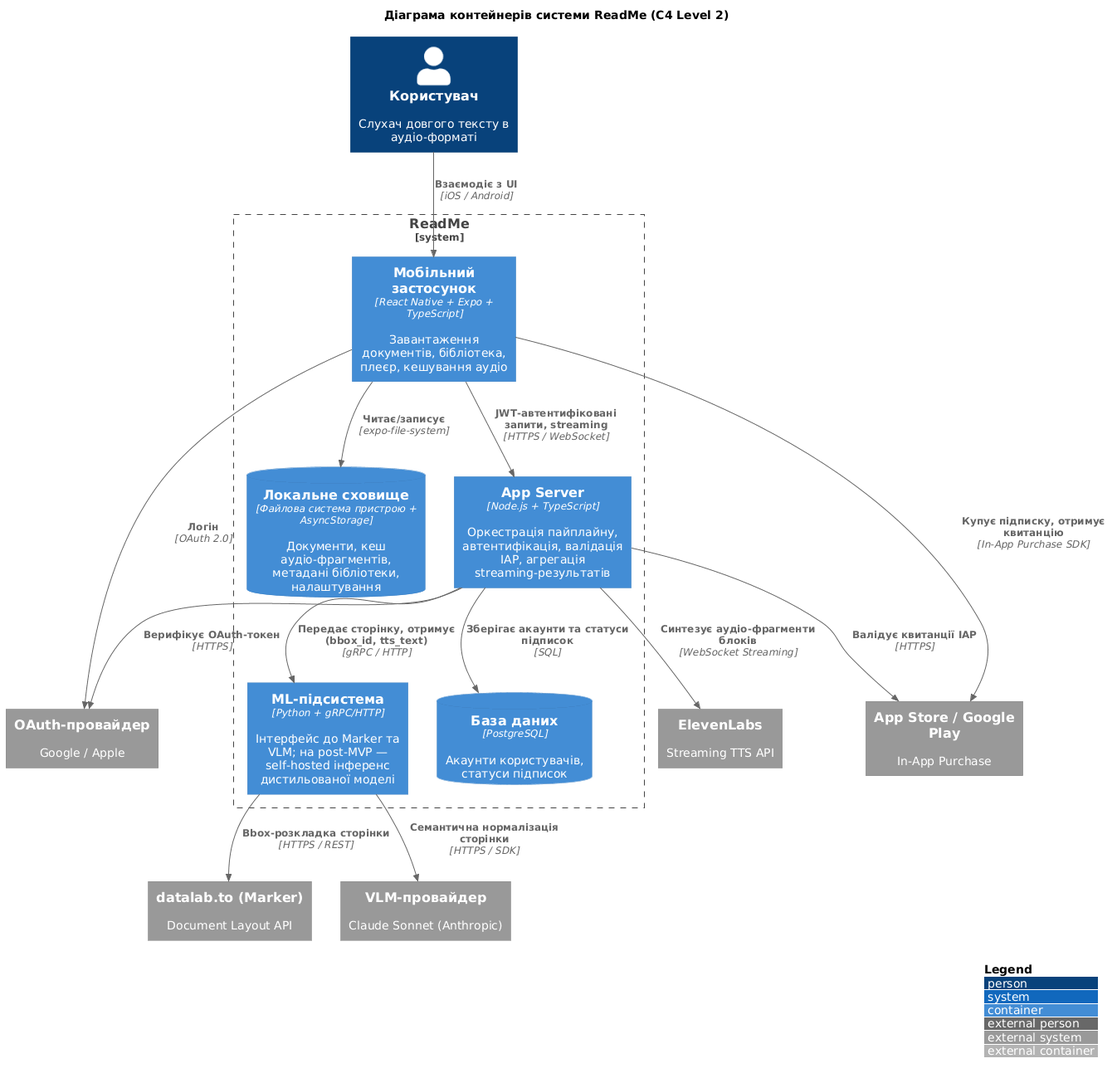
Papsanly/readme keeps this PlantUML diagram as docs/paper/assets/c4-l2.png. Above is the earlier version. Its diagram source:
```plantuml
@startuml
!include https://raw.githubusercontent.com/plantuml-stdlib/C4-PlantUML/master/C4_Container.puml

LAYOUT_WITH_LEGEND()
title Діаграма контейнерів системи ReadMe (C4 Level 2)

Person(user, "Користувач", "Слухач довгого тексту в аудіо-форматі")

System_Boundary(readme, "ReadMe") {
  Container(mobile, "Мобільний застосунок", "React Native + Expo + TypeScript", "Завантаження документів, бібліотека, плеєр, кешування аудіо")
  ContainerDb(localfs, "Локальне сховище", "Файлова система пристрою + AsyncStorage", "Документи, кеш аудіо-фрагментів, метадані бібліотеки, налаштування")

  Container(api, "App Server", "Node.js + TypeScript", "Оркестрація пайплайну, автентифікація, валідація IAP, агрегація streaming-результатів")
  Container(ml, "ML-підсистема", "Python + gRPC/HTTP", "Інтерфейс до Marker та VLM; на post-MVP — self-hosted інференс дистильованої моделі")
  ContainerDb(db, "База даних", "PostgreSQL", "Акаунти користувачів, статуси підписок")
}

System_Ext(elevenlabs, "ElevenLabs", "Streaming TTS API")
System_Ext(datalab, "datalab.to (Marker)", "Document Layout API")
System_Ext(vlm, "VLM-провайдер", "Claude Sonnet (Anthropic)")
System_Ext(oauth, "OAuth-провайдер", "Google / Apple")
System_Ext(store, "App Store / Google Play", "In-App Purchase")

Rel(user, mobile, "Взаємодіє з UI", "iOS / Android")
Rel(mobile, localfs, "Читає/записує", "expo-file-system")
Rel(mobile, api, "JWT-автентифіковані запити, streaming", "HTTPS / WebSocket")
Rel(mobile, store, "Купує підписку, отримує квитанцію", "In-App Purchase SDK")
Rel(mobile, oauth, "Логін", "OAuth 2.0")

Rel(api, db, "Зберігає акаунти та статуси підписок", "SQL")
Rel(api, ml, "Передає сторінку, отримує (bbox_id, tts_text)", "gRPC / HTTP")
Rel(api, elevenlabs, "Синтезує аудіо-фрагменти блоків", "WebSocket Streaming")
Rel(api, store, "Валідує квитанції IAP", "HTTPS")
Rel(api, oauth, "Верифікує OAuth-токен", "HTTPS")

Rel(ml, datalab, "Bbox-розкладка сторінки", "HTTPS / REST")
Rel(ml, vlm, "Семантична нормалізація сторінки", "HTTPS / SDK")
@enduml
```
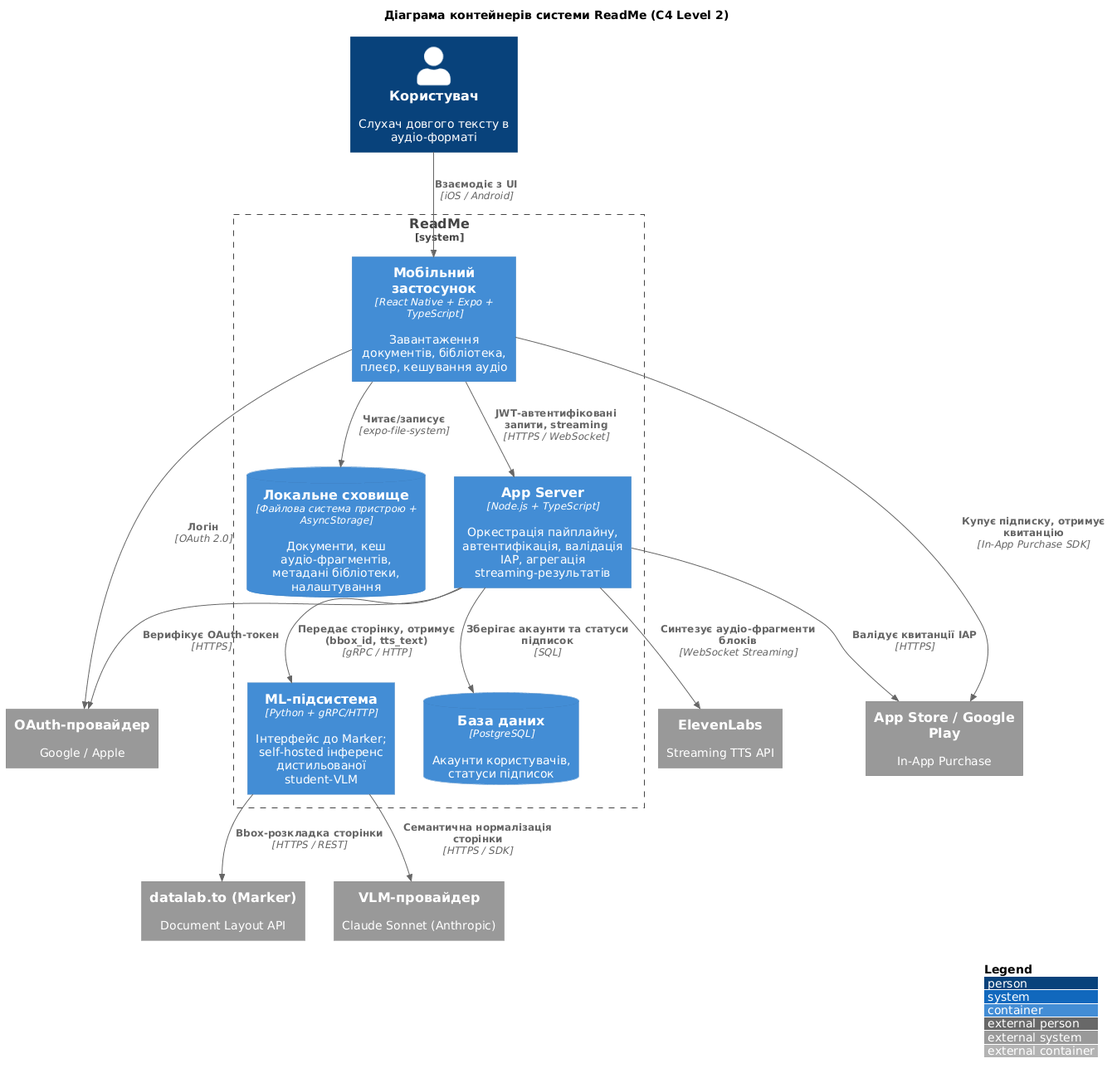
The same diagram one commit later.

Change to the diagram source:
```diff
@@ -11,7 +11,7 @@
   ContainerDb(localfs, "Локальне сховище", "Файлова система пристрою + AsyncStorage", "Документи, кеш аудіо-фрагментів, метадані бібліотеки, налаштування")
 
   Container(api, "App Server", "Node.js + TypeScript", "Оркестрація пайплайну, автентифікація, валідація IAP, агрегація streaming-результатів")
-  Container(ml, "ML-підсистема", "Python + gRPC/HTTP", "Інтерфейс до Marker та VLM; на post-MVP — self-hosted інференс дистильованої моделі")
+  Container(ml, "ML-підсистема", "Python + gRPC/HTTP", "Інтерфейс до Marker; self-hosted інференс дистильованої student-VLM")
   ContainerDb(db, "База даних", "PostgreSQL", "Акаунти користувачів, статуси підписок")
 }
 
```
